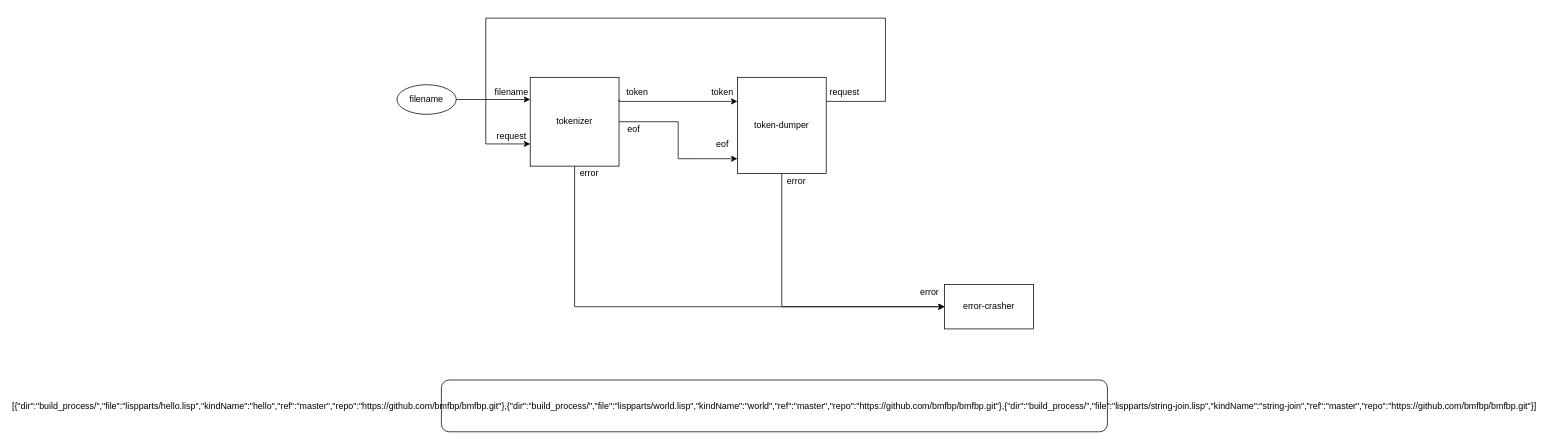
bmfbp/bmfbp keeps this draw.io diagram as parts/diagram/tokenizer-tester.drawio. Above is the earlier version. Source tidied: cells renumbered, new cells numbered last; positions are measured from the earlier drawing's top-left corner, leaving out a move shared by most shapes. Both pictures are drawn from the tidied source at 74%, with x=0, y=0 at pixel (397, 18).
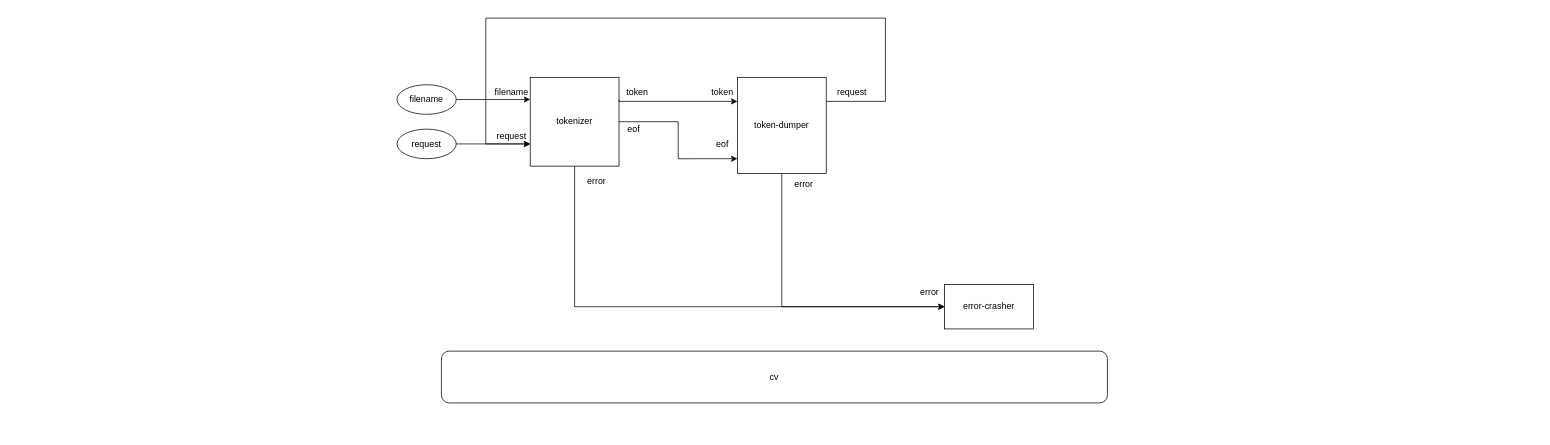
After the change.

The change refers to these unchanged cells:
```xml
<mxCell id="15" value="request" style="text;html=1;strokeColor=none;fillColor=none;align=center;verticalAlign=middle;whiteSpace=wrap;rounded=0;" parent="1" vertex="1">
  <mxGeometry x="130" y="150" width="50" height="20" as="geometry" />
</mxCell>
```

The edit, as a diff of the source:
```diff
@@
     <mxCell id="10" value="request" style="text;html=1;strokeColor=none;fillColor=none;align=center;verticalAlign=middle;whiteSpace=wrap;rounded=0;" parent="1" vertex="1">
-      <mxGeometry x="580" y="90" width="50" height="20" as="geometry" />
+      <mxGeometry x="590" y="90" width="50" height="20" as="geometry" />
     </mxCell>
     <mxCell id="11" value="error" style="text;html=1;strokeColor=none;fillColor=none;align=center;verticalAlign=middle;whiteSpace=wrap;rounded=0;" parent="1" vertex="1">
-      <mxGeometry x="520" y="210" width="40" height="20" as="geometry" />
+      <mxGeometry x="530" y="215" width="40" height="20" as="geometry" />
     </mxCell>
@@
     <mxCell id="14" value="error" style="text;html=1;strokeColor=none;fillColor=none;align=center;verticalAlign=middle;whiteSpace=wrap;rounded=0;" parent="1" vertex="1">
-      <mxGeometry x="240" y="200" width="40" height="20" as="geometry" />
+      <mxGeometry x="250" y="210" width="40" height="20" as="geometry" />
     </mxCell>
@@
-    <mxCell id="23" value="[{&quot;dir&quot;:&quot;build_process/&quot;,&quot;file&quot;:&quot;lispparts/hello.lisp&quot;,&quot;kindName&quot;:&quot;hello&quot;,&quot;ref&quot;:&quot;master&quot;,&quot;repo&quot;:&quot;https://github.com/bmfbp/bmfbp.git&quot;},{&quot;dir&quot;:&quot;build_process/&quot;,&quot;file&quot;:&quot;lispparts/world.lisp&quot;,&quot;kindName&quot;:&quot;world&quot;,&quot;ref&quot;:&quot;master&quot;,&quot;repo&quot;:&quot;https://github.com/bmfbp/bmfbp.git&quot;},{&quot;dir&quot;:&quot;build_process/&quot;,&quot;file&quot;:&quot;lispparts/string-join.lisp&quot;,&quot;kindName&quot;:&quot;string-join&quot;,&quot;ref&quot;:&quot;master&quot;,&quot;repo&quot;:&quot;https://github.com/bmfbp/bmfbp.git&quot;}]" style="rounded=1;" parent="1" vertex="1">
-      <mxGeometry x="60" y="489" width="900" height="70" as="geometry" />
-    </mxCell>
+    <mxCell id="24" value="cv" style="rounded=1;" parent="1" vertex="1">
+      <mxGeometry x="60" y="450" width="900" height="70" as="geometry" />
+    </mxCell>
+    <mxCell id="25" style="edgeStyle=orthogonalEdgeStyle;rounded=0;jettySize=auto;html=1;exitX=1;exitY=0.5;exitDx=0;exitDy=0;entryX=1;entryY=1;entryDx=0;entryDy=0;" parent="1" edge="1" source="26" target="15">
+      <mxGeometry relative="1" as="geometry">
+        <Array as="points">
+          <mxPoint x="140" y="170" />
+          <mxPoint x="140" y="170" />
+        </Array>
+      </mxGeometry>
+    </mxCell>
+    <mxCell id="26" value="request" style="ellipse;whiteSpace=wrap;html=1;" parent="1" vertex="1">
+      <mxGeometry y="150" width="80" height="40" as="geometry" />
+    </mxCell>
```
